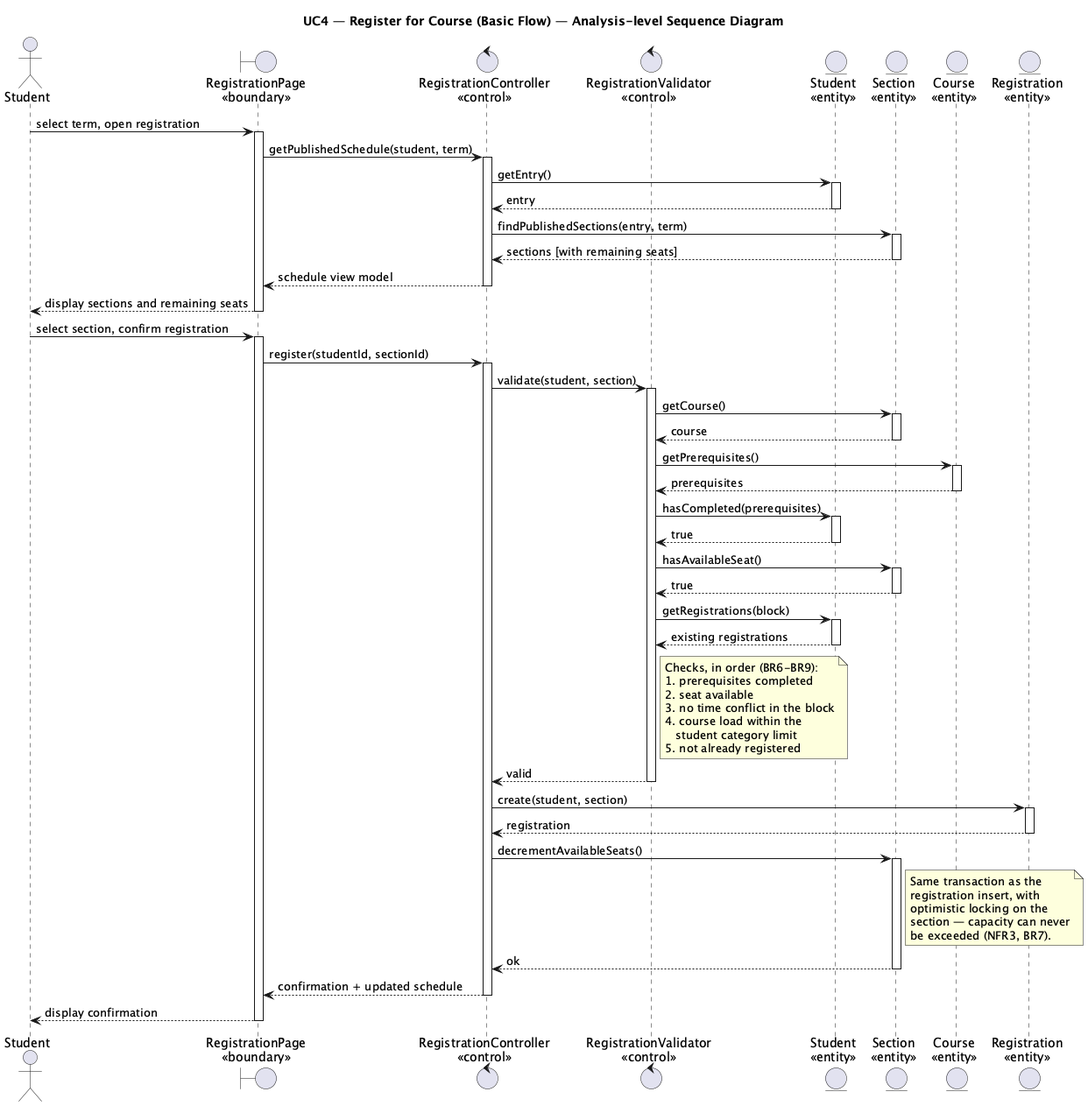
Before: Lab4_SequenceDiagrams/diagrams/sd_uc4_register_for_course.png, a diagram exported from PlantUML (ElfatihZiad/eregistrar).
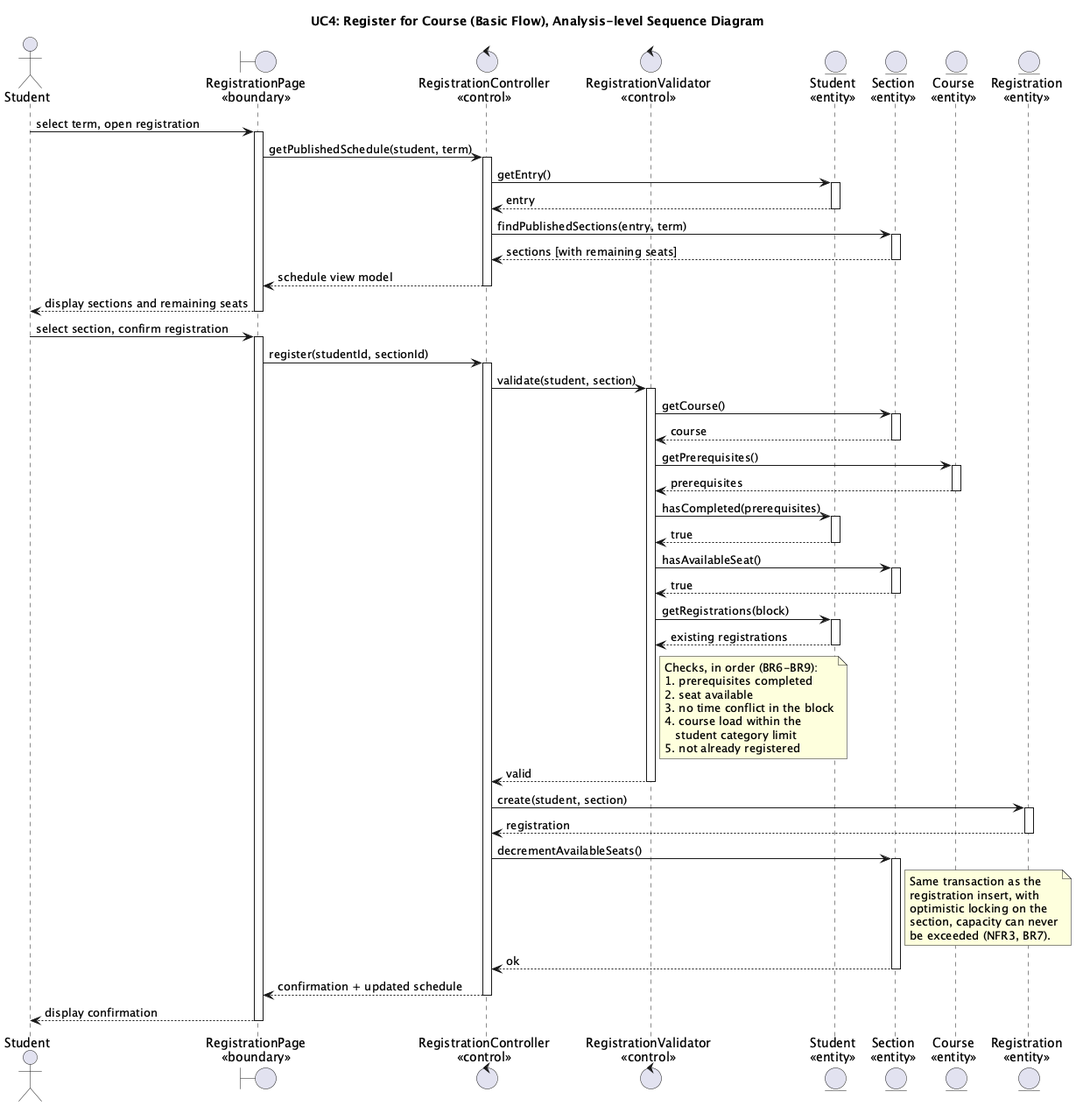
After the change.

The edit, as a diff of the source:
```diff
@@ -1,7 +1,7 @@
 @startuml sd_uc4_register_for_course
 skinparam shadowing false
 skinparam sequenceMessageAlign left
-title UC4 — Register for Course (Basic Flow) — Analysis-level Sequence Diagram
+title UC4: Register for Course (Basic Flow), Analysis-level Sequence Diagram
 
 actor "Student" as Student
 boundary "RegistrationPage\n<<boundary>>" as UI
@@ -86,7 +86,7 @@
   Same transaction as the
   registration insert, with
   optimistic locking on the
-  section — capacity can never
+  section, capacity can never
   be exceeded (NFR3, BR7).
 end note
 Section --> Ctrl : ok
```
